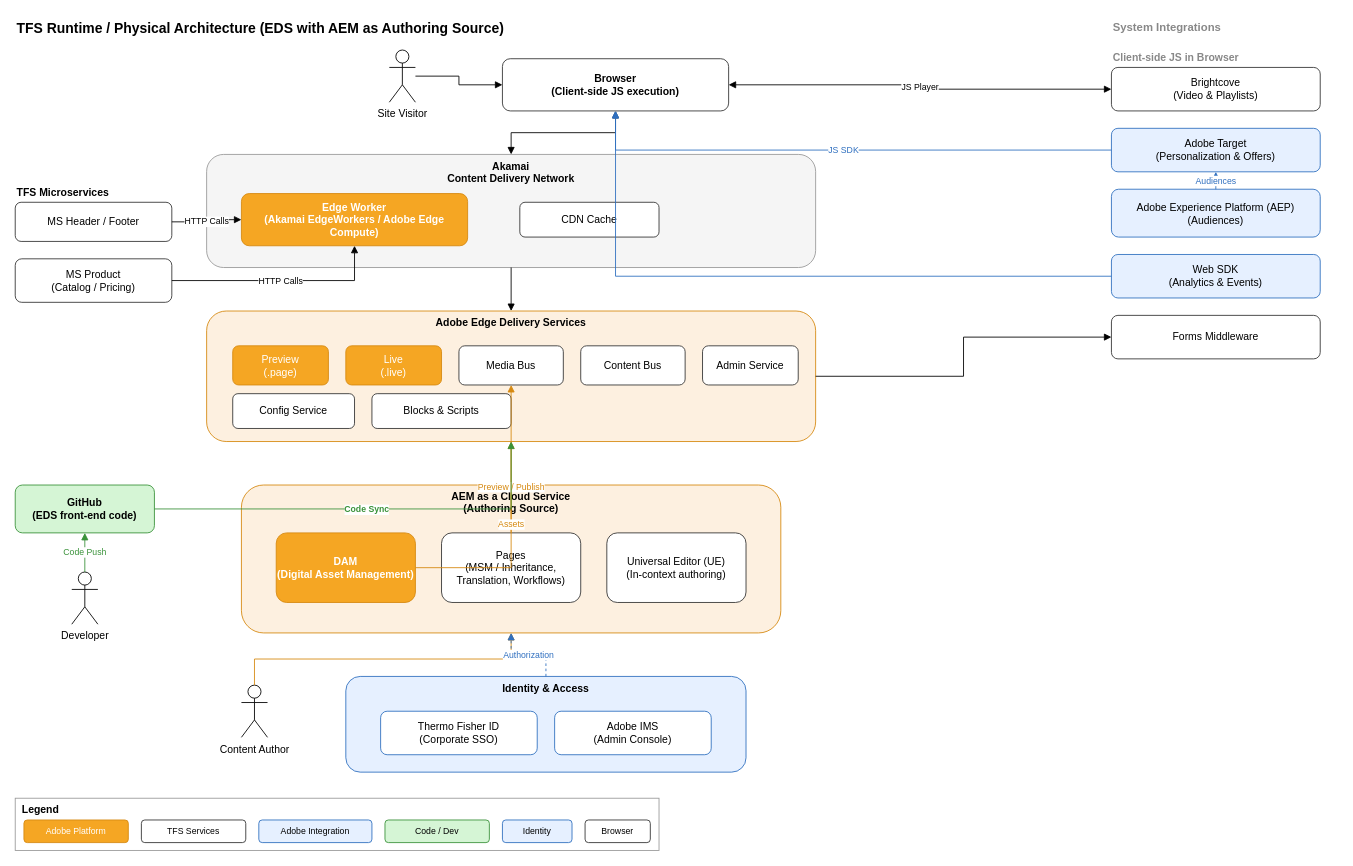
Before: docs/TFS_xwalk_Runtime_Architecture.drawio in dbaijal/expagentpoc, a draw.io diagram. Source tidied: cells renumbered, new cells numbered last; positions are measured from the earlier drawing's top-left corner, leaving out a move shared by most shapes. Both pictures are drawn from the tidied source at 87%, with x=0, y=0 at pixel (15, 15).
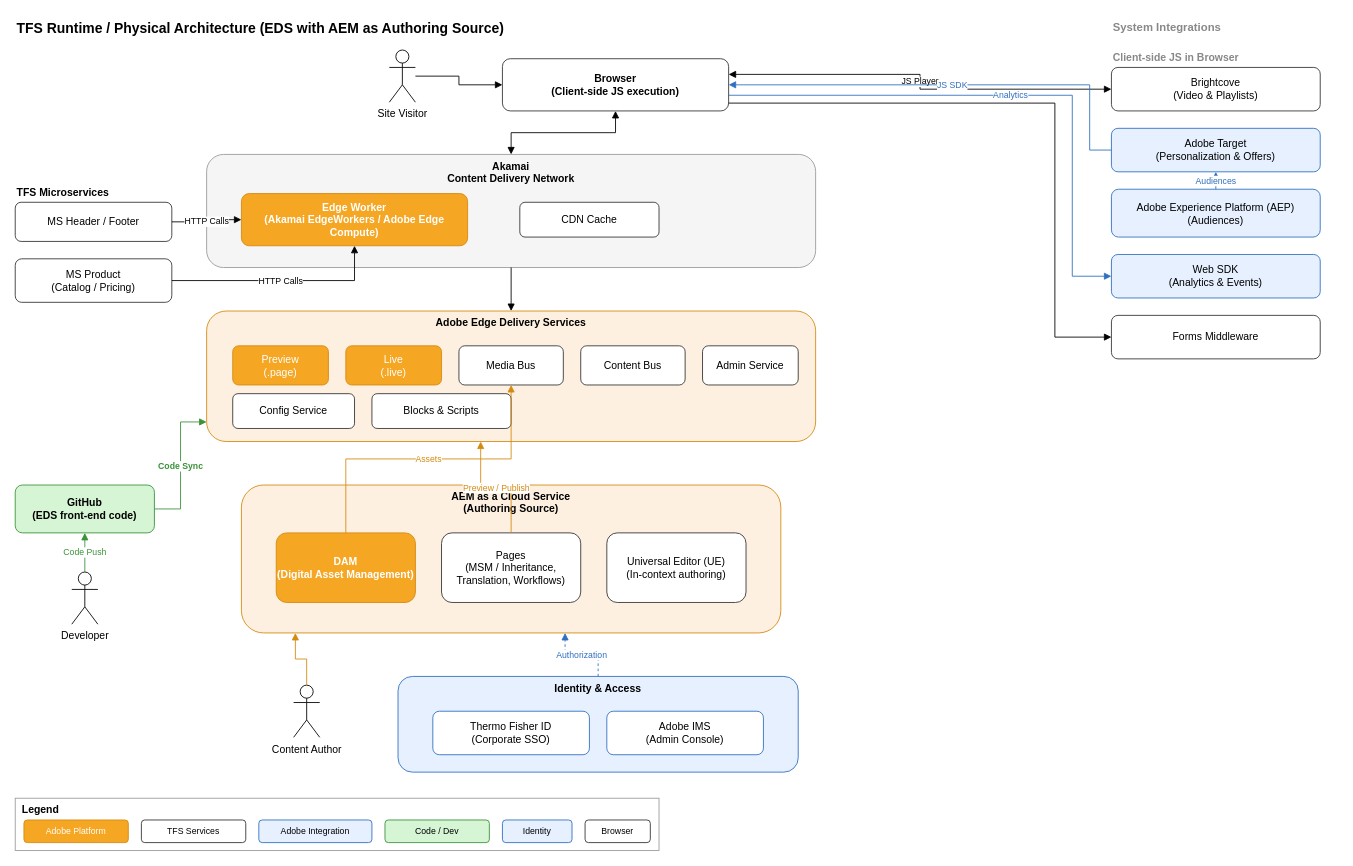
After the change.

The change refers to these unchanged cells:
```xml
<mxCell id="4" value="Site Visitor" style="shape=umlActor;verticalLabelPosition=bottom;verticalAlign=top;html=1;outlineConnect=0;" parent="1" vertex="1">
  <mxGeometry x="430" y="40" width="30" height="60" as="geometry" />
</mxCell>
<mxCell id="5" value="Browser&#10;(Client-side JS execution)" style="rounded=1;whiteSpace=wrap;html=1;fillColor=#ffffff;strokeColor=#333333;fontStyle=1;" parent="1" vertex="1">
  <mxGeometry x="560" y="50" width="260" height="60" as="geometry" />
</mxCell>
<mxCell id="7" value="Brightcove&#10;(Video &amp; Playlists)" style="rounded=1;whiteSpace=wrap;html=1;fillColor=#ffffff;strokeColor=#333333;" parent="1" vertex="1">
  <mxGeometry x="1260" y="60" width="240" height="50" as="geometry" />
</mxCell>
<mxCell id="8" value="Adobe Target&#10;(Personalization &amp; Offers)" style="rounded=1;whiteSpace=wrap;html=1;fillColor=#e6f0ff;strokeColor=#2f6fbf;" parent="1" vertex="1">
  <mxGeometry x="1260" y="130" width="240" height="50" as="geometry" />
</mxCell>
<mxCell id="9" value="Adobe Experience Platform (AEP)&#10;(Audiences)" style="rounded=1;whiteSpace=wrap;html=1;fillColor=#e6f0ff;strokeColor=#2f6fbf;" parent="1" vertex="1">
  <mxGeometry x="1260" y="200" width="240" height="55" as="geometry" />
</mxCell>
<mxCell id="10" value="Web SDK&#10;(Analytics &amp; Events)" style="rounded=1;whiteSpace=wrap;html=1;fillColor=#e6f0ff;strokeColor=#2f6fbf;" parent="1" vertex="1">
  <mxGeometry x="1260" y="275" width="240" height="50" as="geometry" />
</mxCell>
<mxCell id="11" value="Forms Middleware" style="rounded=1;whiteSpace=wrap;html=1;fillColor=#ffffff;strokeColor=#333333;" parent="1" vertex="1">
  <mxGeometry x="1260" y="345" width="240" height="50" as="geometry" />
</mxCell>
<mxCell id="15" value="Akamai&#10;Content Delivery Network" style="rounded=1;whiteSpace=wrap;html=1;verticalAlign=top;fillColor=#f5f5f5;strokeColor=#999999;fontStyle=1;" parent="1" vertex="1">
  <mxGeometry x="220" y="160" width="700" height="130" as="geometry" />
</mxCell>
<mxCell id="18" value="Adobe Edge Delivery Services" style="rounded=1;whiteSpace=wrap;html=1;verticalAlign=top;fillColor=#fdf0e0;strokeColor=#d68910;fontStyle=1;" parent="1" vertex="1">
  <mxGeometry x="220" y="340" width="700" height="150" as="geometry" />
</mxCell>
<mxCell id="21" value="Media Bus" style="rounded=1;whiteSpace=wrap;html=1;fillColor=#ffffff;strokeColor=#333333;" parent="18" vertex="1">
  <mxGeometry x="290" y="40" width="120" height="45" as="geometry" />
</mxCell>
<mxCell id="26" value="AEM as a Cloud Service&#10;(Authoring Source)" style="rounded=1;whiteSpace=wrap;html=1;verticalAlign=top;fillColor=#fdf0e0;strokeColor=#d68910;fontStyle=1;" parent="1" vertex="1">
  <mxGeometry x="260" y="540" width="620" height="170" as="geometry" />
</mxCell>
<mxCell id="27" value="DAM&#10;(Digital Asset Management)" style="rounded=1;whiteSpace=wrap;html=1;fillColor=#f5a623;strokeColor=#d68910;fontColor=#ffffff;fontStyle=1;" parent="26" vertex="1">
  <mxGeometry x="40" y="55" width="160" height="80" as="geometry" />
</mxCell>
<mxCell id="28" value="Pages&#10;(MSM / Inheritance,&#10;Translation, Workflows)" style="rounded=1;whiteSpace=wrap;html=1;fillColor=#ffffff;strokeColor=#333333;" parent="26" vertex="1">
  <mxGeometry x="230" y="55" width="160" height="80" as="geometry" />
</mxCell>
<mxCell id="30" value="GitHub&#10;(EDS front-end code)" style="rounded=1;whiteSpace=wrap;html=1;fillColor=#d5f5d5;strokeColor=#3a923a;fontStyle=1;" parent="1" vertex="1">
  <mxGeometry y="540" width="160" height="55" as="geometry" />
</mxCell>
<mxCell id="31" value="Developer" style="shape=umlActor;verticalLabelPosition=bottom;verticalAlign=top;html=1;" parent="1" vertex="1">
  <mxGeometry x="65" y="640" width="30" height="60" as="geometry" />
</mxCell>
```

What changed in the source:
```diff
@@
     <mxCell id="32" value="Content Author" style="shape=umlActor;verticalLabelPosition=bottom;verticalAlign=top;html=1;" parent="1" vertex="1">
-      <mxGeometry x="260" y="770" width="30" height="60" as="geometry" />
+      <mxGeometry x="320" y="770" width="30" height="60" as="geometry" />
     </mxCell>
     <mxCell id="33" value="Identity &amp; Access" style="rounded=1;whiteSpace=wrap;html=1;verticalAlign=top;fillColor=#e6f0ff;strokeColor=#2f6fbf;fontStyle=1;" parent="1" vertex="1">
-      <mxGeometry x="380" y="760" width="460" height="110" as="geometry" />
+      <mxGeometry x="440" y="760" width="460" height="110" as="geometry" />
     </mxCell>
@@
-    <mxCell id="36" style="edgeStyle=orthogonalEdgeStyle;rounded=0;html=1;endArrow=block;" parent="1" edge="1" source="4" target="5">
+    <mxCell id="36" style="edgeStyle=orthogonalEdgeStyle;rounded=0;html=1;endArrow=block;exitX=1;exitY=0.5;exitDx=0;exitDy=0;entryX=0;entryY=0.5;entryDx=0;entryDy=0;" parent="1" edge="1" source="4" target="5">
       <mxGeometry relative="1" as="geometry" />
     </mxCell>
-    <mxCell id="37" style="edgeStyle=orthogonalEdgeStyle;rounded=0;html=1;endArrow=block;startArrow=block;" parent="1" edge="1" source="5" target="15">
+    <mxCell id="37" style="edgeStyle=orthogonalEdgeStyle;rounded=0;html=1;endArrow=block;startArrow=block;exitX=0.5;exitY=1;exitDx=0;exitDy=0;entryX=0.5;entryY=0;entryDx=0;entryDy=0;" parent="1" edge="1" source="5" target="15">
       <mxGeometry relative="1" as="geometry" />
     </mxCell>
-    <mxCell id="38" style="edgeStyle=orthogonalEdgeStyle;rounded=0;html=1;endArrow=block;" parent="1" edge="1" source="15" target="18">
+    <mxCell id="38" style="edgeStyle=orthogonalEdgeStyle;rounded=0;html=1;endArrow=block;exitX=0.5;exitY=1;exitDx=0;exitDy=0;entryX=0.5;entryY=0;entryDx=0;entryDy=0;" parent="1" edge="1" source="15" target="18">
       <mxGeometry relative="1" as="geometry" />
     </mxCell>
@@
-    <mxCell id="41" value="Preview / Publish" style="edgeStyle=orthogonalEdgeStyle;rounded=0;html=1;endArrow=block;strokeColor=#d68910;fontColor=#d68910;fontSize=10;" parent="1" edge="1" source="28" target="18">
+    <mxCell id="41" value="Preview / Publish" style="edgeStyle=orthogonalEdgeStyle;rounded=0;html=1;endArrow=block;strokeColor=#d68910;fontColor=#d68910;fontSize=10;exitX=0.5;exitY=0;exitDx=0;exitDy=0;entryX=0.45;entryY=1;entryDx=0;entryDy=0;" parent="1" edge="1" source="28" target="18">
       <mxGeometry relative="1" as="geometry" />
     </mxCell>
-    <mxCell id="42" value="Assets" style="edgeStyle=orthogonalEdgeStyle;rounded=0;html=1;endArrow=block;strokeColor=#d68910;fontColor=#d68910;fontSize=10;" parent="1" edge="1" source="27" target="21">
+    <mxCell id="42" value="Assets" style="edgeStyle=orthogonalEdgeStyle;rounded=0;html=1;endArrow=block;strokeColor=#d68910;fontColor=#d68910;fontSize=10;exitX=0.5;exitY=0;exitDx=0;exitDy=0;entryX=0.5;entryY=1;entryDx=0;entryDy=0;" parent="1" edge="1" source="27" target="21">
       <mxGeometry relative="1" as="geometry" />
     </mxCell>
-    <mxCell id="43" value="Code Sync" style="edgeStyle=orthogonalEdgeStyle;rounded=0;html=1;endArrow=block;strokeColor=#3a923a;fontColor=#3a923a;fontStyle=1;fontSize=10;" parent="1" edge="1" source="30" target="18">
-      <mxGeometry relative="1" as="geometry" />
+    <mxCell id="43" value="Code Sync" style="edgeStyle=orthogonalEdgeStyle;rounded=0;html=1;endArrow=block;strokeColor=#3a923a;fontColor=#3a923a;fontStyle=1;fontSize=10;exitX=1;exitY=0.5;exitDx=0;exitDy=0;entryX=0;entryY=0.85;entryDx=0;entryDy=0;" parent="1" edge="1" source="30" target="18">
+      <mxGeometry relative="1" as="geometry">
+        <Array as="points">
+          <mxPoint x="190" y="567" />
+          <mxPoint x="190" y="467" />
+        </Array>
+      </mxGeometry>
     </mxCell>
-    <mxCell id="44" value="Code Push" style="edgeStyle=orthogonalEdgeStyle;rounded=0;html=1;endArrow=block;strokeColor=#3a923a;fontColor=#3a923a;fontSize=10;" parent="1" edge="1" source="31" target="30">
+    <mxCell id="44" value="Code Push" style="edgeStyle=orthogonalEdgeStyle;rounded=0;html=1;endArrow=block;strokeColor=#3a923a;fontColor=#3a923a;fontSize=10;exitX=0.5;exitY=0;exitDx=0;exitDy=0;entryX=0.5;entryY=1;entryDx=0;entryDy=0;" parent="1" edge="1" source="31" target="30">
       <mxGeometry relative="1" as="geometry" />
     </mxCell>
-    <mxCell id="45" style="edgeStyle=orthogonalEdgeStyle;rounded=0;html=1;endArrow=block;strokeColor=#d68910;" parent="1" edge="1" source="32" target="26">
+    <mxCell id="45" style="edgeStyle=orthogonalEdgeStyle;rounded=0;html=1;endArrow=block;strokeColor=#d68910;exitX=0.5;exitY=0;exitDx=0;exitDy=0;entryX=0.1;entryY=1;entryDx=0;entryDy=0;" parent="1" edge="1" source="32" target="26">
       <mxGeometry relative="1" as="geometry" />
     </mxCell>
-    <mxCell id="46" value="Authorization" style="edgeStyle=orthogonalEdgeStyle;rounded=0;html=1;endArrow=block;dashed=1;strokeColor=#2f6fbf;fontColor=#2f6fbf;fontSize=10;" parent="1" edge="1" source="33" target="26">
+    <mxCell id="46" value="Authorization" style="edgeStyle=orthogonalEdgeStyle;rounded=0;html=1;endArrow=block;dashed=1;strokeColor=#2f6fbf;fontColor=#2f6fbf;fontSize=10;exitX=0.5;exitY=0;exitDx=0;exitDy=0;entryX=0.6;entryY=1;entryDx=0;entryDy=0;" parent="1" edge="1" source="33" target="26">
       <mxGeometry relative="1" as="geometry" />
     </mxCell>
-    <mxCell id="47" value="JS Player" style="edgeStyle=orthogonalEdgeStyle;rounded=0;html=1;endArrow=block;startArrow=block;fontSize=10;" parent="1" edge="1" source="7" target="5">
+    <mxCell id="47" value="JS Player" style="edgeStyle=orthogonalEdgeStyle;rounded=0;html=1;endArrow=block;startArrow=block;fontSize=10;exitX=0;exitY=0.5;exitDx=0;exitDy=0;entryX=1;entryY=0.3;entryDx=0;entryDy=0;" parent="1" edge="1" source="7" target="5">
       <mxGeometry relative="1" as="geometry" />
     </mxCell>
-    <mxCell id="48" value="JS SDK" style="edgeStyle=orthogonalEdgeStyle;rounded=0;html=1;endArrow=block;strokeColor=#2f6fbf;fontColor=#2f6fbf;fontSize=10;" parent="1" edge="1" source="8" target="5">
-      <mxGeometry relative="1" as="geometry" />
+    <mxCell id="48" value="JS SDK" style="edgeStyle=orthogonalEdgeStyle;rounded=0;html=1;endArrow=block;strokeColor=#2f6fbf;fontColor=#2f6fbf;fontSize=10;exitX=0;exitY=0.5;exitDx=0;exitDy=0;entryX=1;entryY=0.5;entryDx=0;entryDy=0;" parent="1" edge="1" source="8" target="5">
+      <mxGeometry relative="1" as="geometry">
+        <Array as="points">
+          <mxPoint x="1235" y="155" />
+          <mxPoint x="1235" y="80" />
+        </Array>
+      </mxGeometry>
     </mxCell>
-    <mxCell id="49" value="Audiences" style="edgeStyle=orthogonalEdgeStyle;rounded=0;html=1;endArrow=block;strokeColor=#2f6fbf;fontColor=#2f6fbf;fontSize=10;" parent="1" edge="1" source="9" target="8">
+    <mxCell id="49" value="Audiences" style="edgeStyle=orthogonalEdgeStyle;rounded=0;html=1;endArrow=block;strokeColor=#2f6fbf;fontColor=#2f6fbf;fontSize=10;exitX=0.5;exitY=0;exitDx=0;exitDy=0;entryX=0.5;entryY=1;entryDx=0;entryDy=0;" parent="1" edge="1" source="9" target="8">
       <mxGeometry relative="1" as="geometry" />
     </mxCell>
-    <mxCell id="50" style="edgeStyle=orthogonalEdgeStyle;rounded=0;html=1;endArrow=block;strokeColor=#2f6fbf;" parent="1" edge="1" source="10" target="5">
-      <mxGeometry relative="1" as="geometry" />
+    <mxCell id="50" value="Analytics" style="edgeStyle=orthogonalEdgeStyle;rounded=0;html=1;endArrow=block;strokeColor=#2f6fbf;fontColor=#2f6fbf;fontSize=10;exitX=1;exitY=0.7;exitDx=0;exitDy=0;entryX=0;entryY=0.5;entryDx=0;entryDy=0;" parent="1" edge="1" source="5" target="10">
+      <mxGeometry relative="1" as="geometry">
+        <Array as="points">
+          <mxPoint x="1215" y="92" />
+          <mxPoint x="1215" y="300" />
+        </Array>
+      </mxGeometry>
     </mxCell>
-    <mxCell id="51" style="edgeStyle=orthogonalEdgeStyle;rounded=0;html=1;endArrow=block;" parent="1" edge="1" source="18" target="11">
-      <mxGeometry relative="1" as="geometry" />
-    </mxCell>
+    <mxCell id="59" style="edgeStyle=orthogonalEdgeStyle;rounded=0;html=1;endArrow=block;exitX=1;exitY=0.85;exitDx=0;exitDy=0;entryX=0;entryY=0.5;entryDx=0;entryDy=0;" parent="1" edge="1" source="5" target="11">
+      <mxGeometry relative="1" as="geometry">
+        <Array as="points">
+          <mxPoint x="1195" y="101" />
+          <mxPoint x="1195" y="370" />
+        </Array>
+      </mxGeometry>
+    </mxCell>
```
